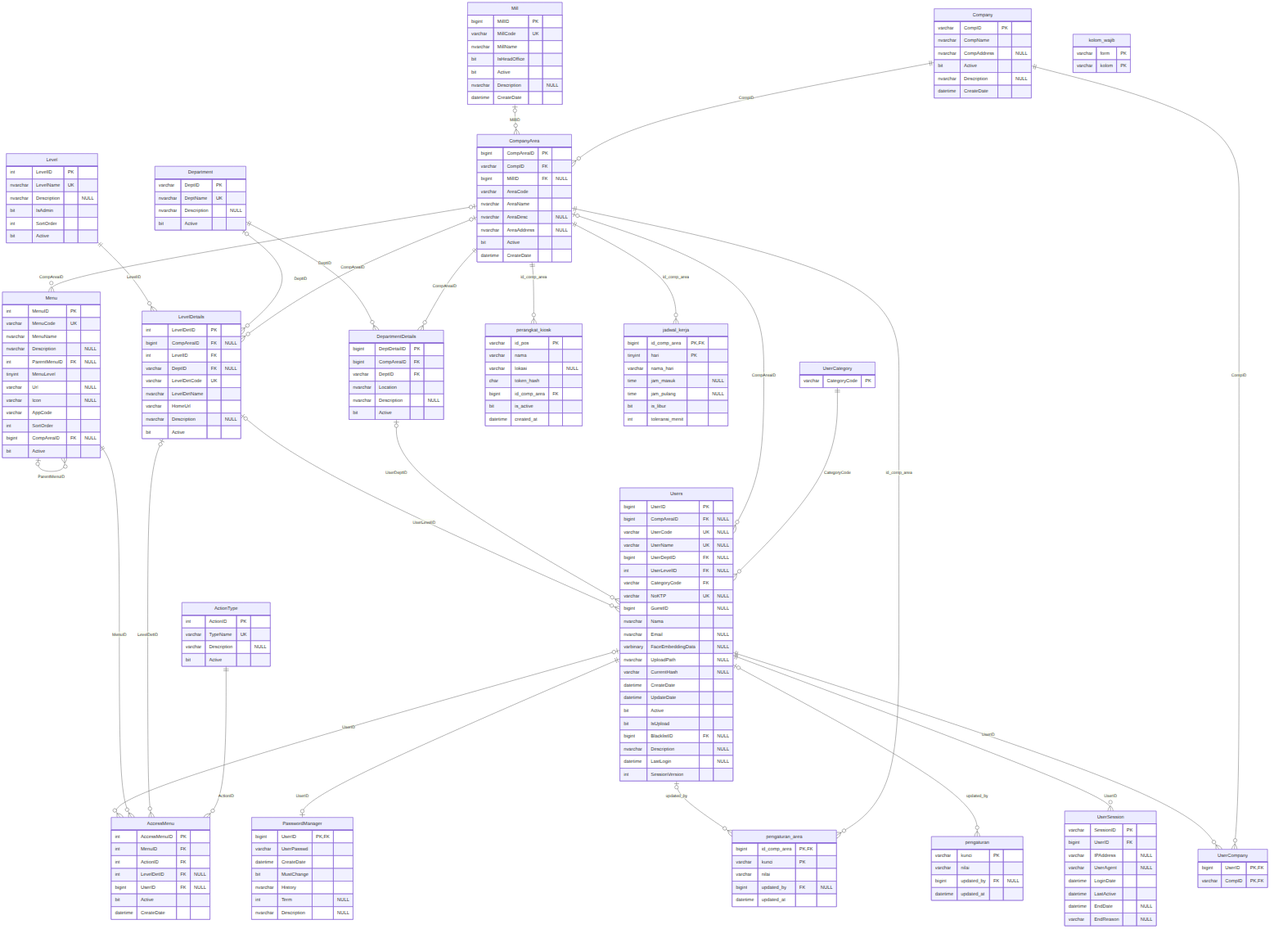
Before: docs/erd/01_organisasi_akses.png, a diagram exported from Mermaid (aetheriin/timbangan_sawit_v2). Its source is kept beside it as docs/erd/01_organisasi_akses.mmd.
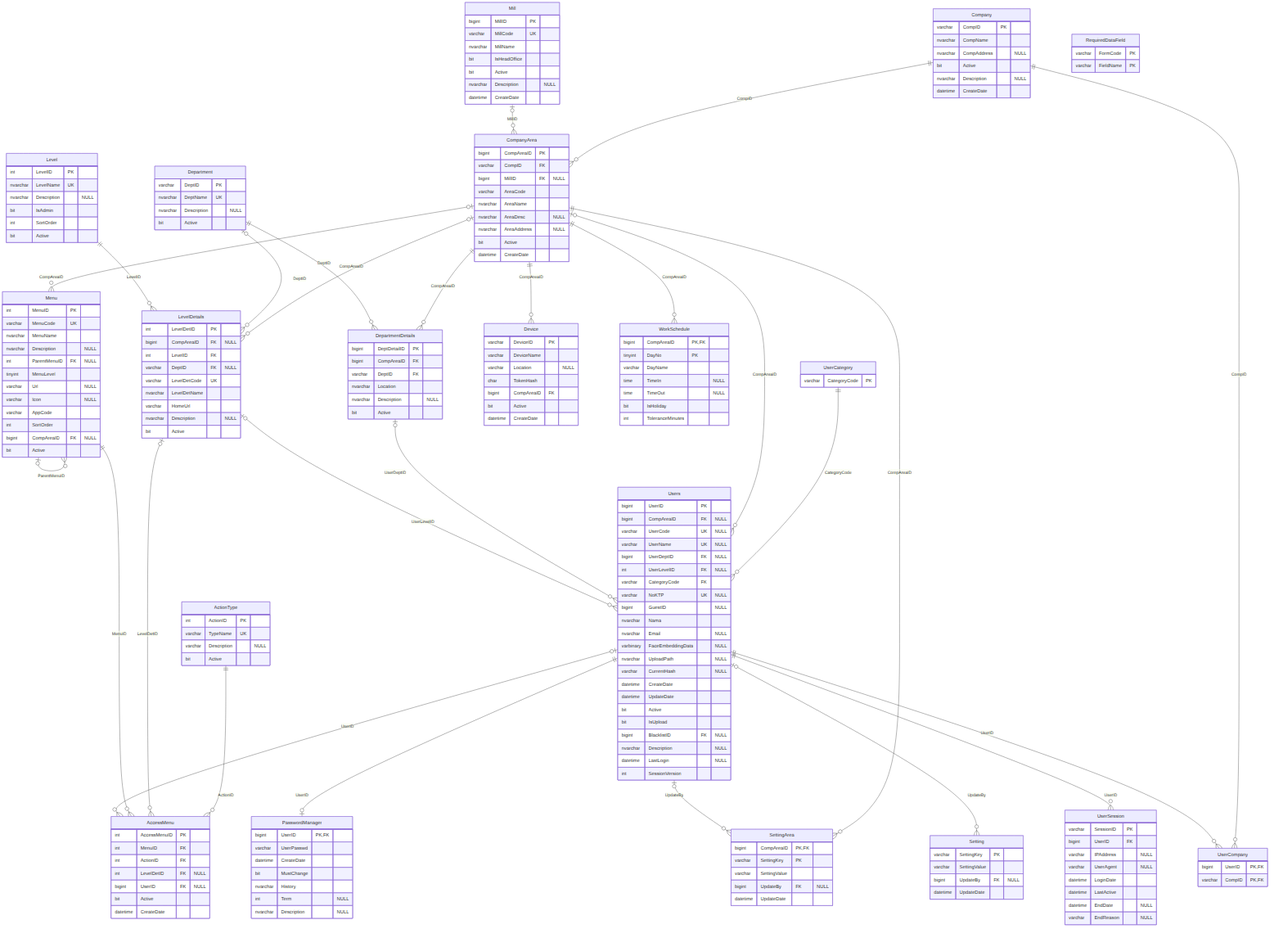
The same file after the commit.

The edit, as a diff of the source:
```diff
@@ -136,40 +136,40 @@
         datetime EndDate "NULL"
         varchar EndReason "NULL"
     }
-    pengaturan {
-        varchar kunci PK
-        varchar nilai
-        bigint updated_by FK "NULL"
-        datetime updated_at
+    Setting {
+        varchar SettingKey PK
+        varchar SettingValue
+        bigint UpdateBy FK "NULL"
+        datetime UpdateDate
     }
-    pengaturan_area {
-        bigint id_comp_area PK,FK
-        varchar kunci PK
-        varchar nilai
-        bigint updated_by FK "NULL"
-        datetime updated_at
+    SettingArea {
+        bigint CompAreaID PK,FK
+        varchar SettingKey PK
+        varchar SettingValue
+        bigint UpdateBy FK "NULL"
+        datetime UpdateDate
     }
-    kolom_wajib {
-        varchar form PK
-        varchar kolom PK
+    RequiredDataField {
+        varchar FormCode PK
+        varchar FieldName PK
     }
-    perangkat_kiosk {
-        varchar id_pos PK
-        varchar nama
-        varchar lokasi "NULL"
-        char token_hash
-        bigint id_comp_area FK
-        bit is_active
-        datetime created_at
+    Device {
+        varchar DeviceID PK
+        varchar DeviceName
+        varchar Location "NULL"
+        char TokenHash
+        bigint CompAreaID FK
+        bit Active
+        datetime CreateDate
     }
-    jadwal_kerja {
-        bigint id_comp_area PK,FK
-        tinyint hari PK
-        varchar nama_hari
-        time jam_masuk "NULL"
-        time jam_pulang "NULL"
-        bit is_libur
-        int toleransi_menit
+    WorkSchedule {
+        bigint CompAreaID PK,FK
+        tinyint DayNo PK
+        varchar DayName
+        time TimeIn "NULL"
+        time TimeOut "NULL"
+        bit IsHoliday
+        int ToleranceMinutes
     }
     UserCategory {
         varchar CategoryCode PK
@@ -182,17 +182,16 @@
     Mill |o--o{ CompanyArea : "MillID"
     CompanyArea ||--o{ DepartmentDetails : "CompAreaID"
     Department ||--o{ DepartmentDetails : "DeptID"
-    CompanyArea ||--o{ jadwal_kerja : "id_comp_area"
+    CompanyArea ||--o{ Device : "CompAreaID"
     CompanyArea |o--o{ LevelDetails : "CompAreaID"
     Department |o--o{ LevelDetails : "DeptID"
     Level ||--o{ LevelDetails : "LevelID"
     CompanyArea |o--o{ Menu : "CompAreaID"
     Menu |o--o{ Menu : "ParentMenuID"
     Users ||--o| PasswordManager : "UserID"
-    Users |o--o{ pengaturan : "updated_by"
-    CompanyArea ||--o{ pengaturan_area : "id_comp_area"
-    Users |o--o{ pengaturan_area : "updated_by"
-    CompanyArea ||--o{ perangkat_kiosk : "id_comp_area"
+    Users |o--o{ Setting : "UpdateBy"
+    CompanyArea ||--o{ SettingArea : "CompAreaID"
+    Users |o--o{ SettingArea : "UpdateBy"
     Company ||--o{ UserCompany : "CompID"
     Users ||--o{ UserCompany : "UserID"
     UserCategory ||--o{ Users : "CategoryCode"
@@ -200,3 +199,4 @@
     DepartmentDetails |o--o{ Users : "UserDeptID"
     LevelDetails |o--o{ Users : "UserLevelID"
     Users ||--o{ UserSession : "UserID"
+    CompanyArea ||--o{ WorkSchedule : "CompAreaID"
```
